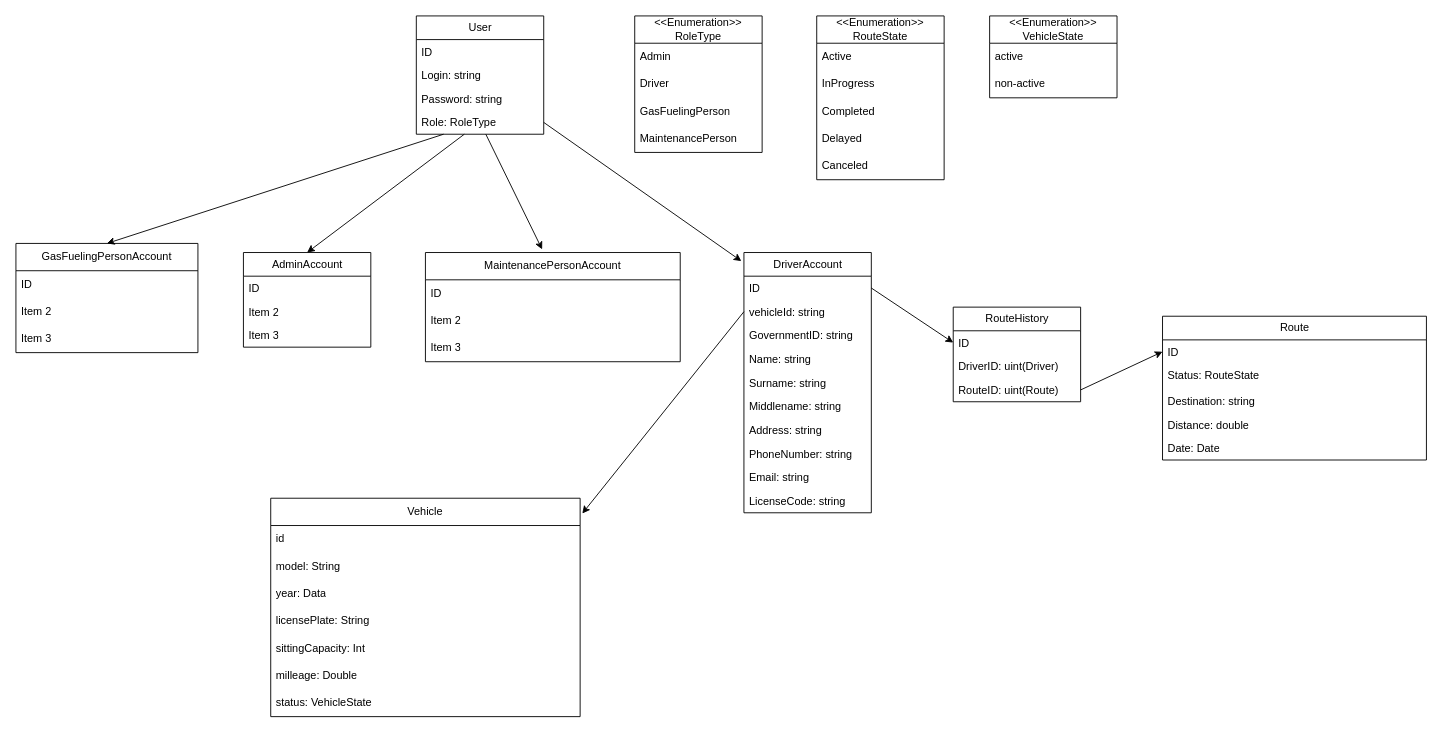
RamboXD/Vehicle-Management-System keeps this draw.io diagram as HelloWorldTeam.drawio. Above is the earlier version. Source tidied: cells renumbered, new cells numbered last; positions are measured from the earlier drawing's top-left corner, leaving out a move shared by most shapes. Both pictures are drawn from the tidied source at 91%, with x=0, y=0 at pixel (15, 15).
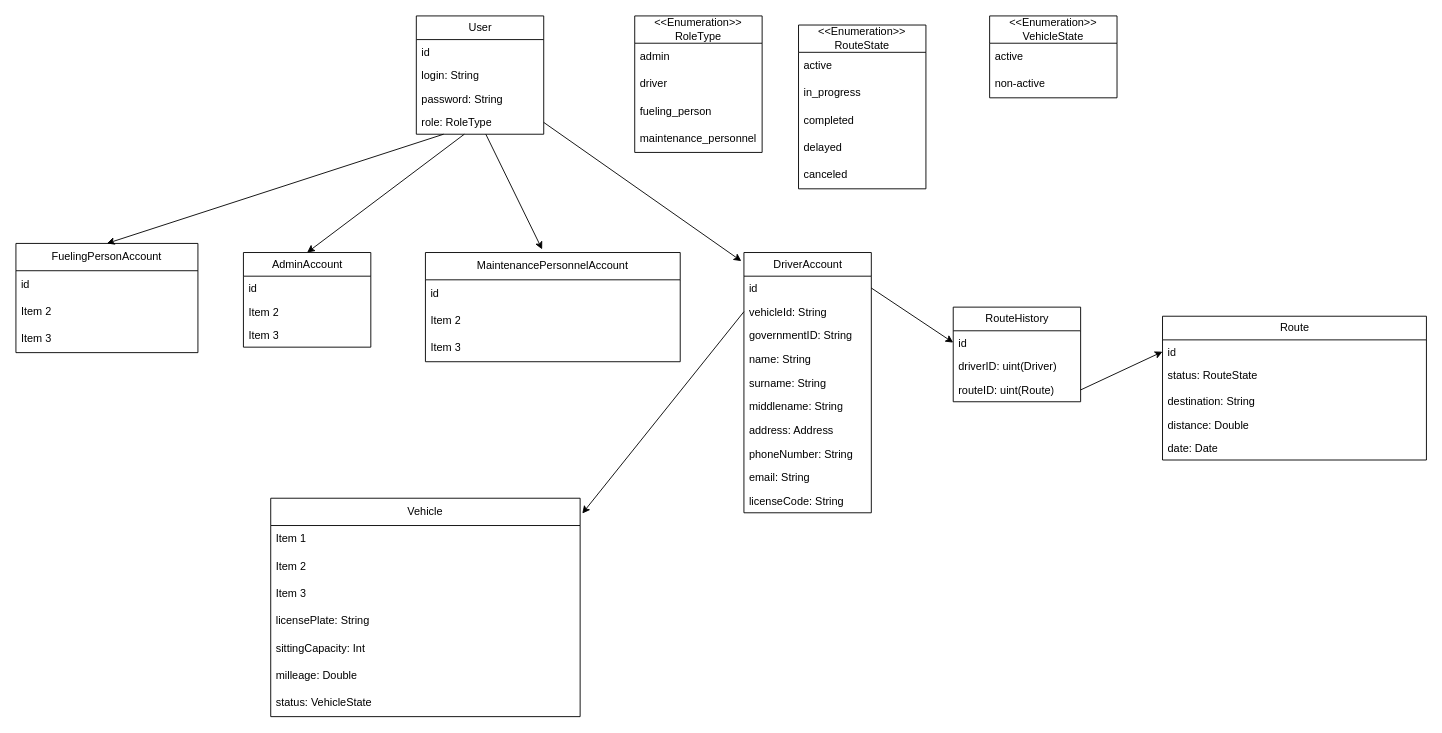
The same diagram, later.

Commit message:
Rename table fields to follow style conventions

Unchanged cells that the change refers to:
```xml
<mxCell id="2" value="Route" style="swimlane;fontStyle=0;horizontal=1;startSize=26;fillColor=none;html=1;" parent="1" vertex="1">
  <mxGeometry x="1260" y="330" width="290" height="158" as="geometry" />
</mxCell>
<mxCell id="8" value="RouteHistory" style="swimlane;fontStyle=0;horizontal=1;startSize=26;fillColor=none;html=1;" parent="1" vertex="1">
  <mxGeometry x="1030" y="320" width="140" height="104" as="geometry" />
</mxCell>
<mxCell id="12" value="DriverAccount" style="swimlane;fontStyle=0;horizontal=1;startSize=26;fillColor=none;html=1;" parent="1" vertex="1">
  <mxGeometry x="800" y="260" width="140" height="286" as="geometry" />
</mxCell>
<mxCell id="23" value="User" style="swimlane;fontStyle=0;horizontal=1;startSize=26;fillColor=none;html=1;" parent="1" vertex="1">
  <mxGeometry x="440" width="140" height="130" as="geometry" />
</mxCell>
<mxCell id="29" value="AdminAccount" style="swimlane;fontStyle=0;horizontal=1;startSize=26;fillColor=none;html=1;" parent="1" vertex="1">
  <mxGeometry x="250" y="260" width="140" height="104" as="geometry" />
</mxCell>
<mxCell id="34" value="&amp;lt;&amp;lt;Enumeration&amp;gt;&amp;gt;&lt;br&gt;RoleType" style="swimlane;fontStyle=0;horizontal=1;startSize=30;whiteSpace=wrap;html=1;" parent="1" vertex="1">
  <mxGeometry x="680" width="140" height="150" as="geometry" />
</mxCell>
<mxCell id="55" value="Vehicle" style="swimlane;fontStyle=0;horizontal=1;startSize=30;whiteSpace=wrap;html=1;" parent="1" vertex="1">
  <mxGeometry x="280" y="530" width="340" height="240" as="geometry" />
</mxCell>
```

The edit, as a diff of the source:
```diff
@@
-    <mxCell id="3" value="ID" style="text;strokeColor=none;fillColor=none;align=left;verticalAlign=top;spacingLeft=4;spacingRight=4;overflow=hidden;points=[[0,0.5],[1,0.5]];portConstraint=eastwest;whiteSpace=wrap;html=1;" parent="2" vertex="1">
+    <mxCell id="3" value="id" style="text;strokeColor=none;fillColor=none;align=left;verticalAlign=top;spacingLeft=4;spacingRight=4;overflow=hidden;points=[[0,0.5],[1,0.5]];portConstraint=eastwest;whiteSpace=wrap;html=1;" parent="2" vertex="1">
       <mxGeometry y="26" width="290" height="26" as="geometry" />
     </mxCell>
-    <mxCell id="4" value="Status: RouteState" style="text;strokeColor=none;fillColor=none;align=left;verticalAlign=top;spacingLeft=4;spacingRight=4;overflow=hidden;whiteSpace=wrap;html=1;" parent="2" vertex="1">
+    <mxCell id="4" value="status: RouteState" style="text;strokeColor=none;fillColor=none;align=left;verticalAlign=top;spacingLeft=4;spacingRight=4;overflow=hidden;whiteSpace=wrap;html=1;" parent="2" vertex="1">
       <mxGeometry y="52" width="290" height="28" as="geometry" />
     </mxCell>
-    <mxCell id="5" value="Destination: string" style="text;strokeColor=none;fillColor=none;align=left;verticalAlign=top;spacingLeft=4;spacingRight=4;overflow=hidden;whiteSpace=wrap;html=1;" parent="2" vertex="1">
+    <mxCell id="5" value="destination: String" style="text;strokeColor=none;fillColor=none;align=left;verticalAlign=top;spacingLeft=4;spacingRight=4;overflow=hidden;whiteSpace=wrap;html=1;" parent="2" vertex="1">
       <mxGeometry y="80" width="290" height="26" as="geometry" />
     </mxCell>
-    <mxCell id="6" value="Distance: double" style="text;strokeColor=none;fillColor=none;align=left;verticalAlign=top;spacingLeft=4;spacingRight=4;overflow=hidden;whiteSpace=wrap;html=1;" parent="2" vertex="1">
+    <mxCell id="6" value="distance: Double" style="text;strokeColor=none;fillColor=none;align=left;verticalAlign=top;spacingLeft=4;spacingRight=4;overflow=hidden;whiteSpace=wrap;html=1;" parent="2" vertex="1">
       <mxGeometry y="106" width="290" height="26" as="geometry" />
     </mxCell>
-    <mxCell id="7" value="Date: Date" style="text;strokeColor=none;fillColor=none;align=left;verticalAlign=top;spacingLeft=4;spacingRight=4;overflow=hidden;whiteSpace=wrap;html=1;" parent="2" vertex="1">
+    <mxCell id="7" value="date: Date" style="text;strokeColor=none;fillColor=none;align=left;verticalAlign=top;spacingLeft=4;spacingRight=4;overflow=hidden;whiteSpace=wrap;html=1;" parent="2" vertex="1">
       <mxGeometry y="132" width="290" height="26" as="geometry" />
     </mxCell>
@@
-    <mxCell id="9" value="ID" style="text;strokeColor=none;fillColor=none;align=left;verticalAlign=top;spacingLeft=4;spacingRight=4;overflow=hidden;points=[[0,0.5],[1,0.5]];portConstraint=eastwest;whiteSpace=wrap;html=1;" parent="8" vertex="1">
+    <mxCell id="9" value="id" style="text;strokeColor=none;fillColor=none;align=left;verticalAlign=top;spacingLeft=4;spacingRight=4;overflow=hidden;points=[[0,0.5],[1,0.5]];portConstraint=eastwest;whiteSpace=wrap;html=1;" parent="8" vertex="1">
       <mxGeometry y="26" width="140" height="26" as="geometry" />
     </mxCell>
-    <mxCell id="10" value="DriverID: uint(Driver)" style="text;strokeColor=none;fillColor=none;align=left;verticalAlign=top;spacingLeft=4;spacingRight=4;overflow=hidden;whiteSpace=wrap;html=1;" parent="8" vertex="1">
+    <mxCell id="10" value="driverID: uint(Driver)" style="text;strokeColor=none;fillColor=none;align=left;verticalAlign=top;spacingLeft=4;spacingRight=4;overflow=hidden;whiteSpace=wrap;html=1;" parent="8" vertex="1">
       <mxGeometry y="52" width="140" height="26" as="geometry" />
     </mxCell>
-    <mxCell id="11" value="RouteID: uint(Route)" style="text;strokeColor=none;fillColor=none;align=left;verticalAlign=top;spacingLeft=4;spacingRight=4;overflow=hidden;points=[[0,0.5],[1,0.5]];portConstraint=eastwest;whiteSpace=wrap;html=1;" parent="8" vertex="1">
+    <mxCell id="11" value="routeID: uint(Route)" style="text;strokeColor=none;fillColor=none;align=left;verticalAlign=top;spacingLeft=4;spacingRight=4;overflow=hidden;points=[[0,0.5],[1,0.5]];portConstraint=eastwest;whiteSpace=wrap;html=1;" parent="8" vertex="1">
       <mxGeometry y="78" width="140" height="26" as="geometry" />
     </mxCell>
@@
-    <mxCell id="13" value="ID" style="text;strokeColor=none;fillColor=none;align=left;verticalAlign=top;spacingLeft=4;spacingRight=4;overflow=hidden;points=[[0,0.5],[1,0.5]];portConstraint=eastwest;whiteSpace=wrap;html=1;" parent="12" vertex="1">
+    <mxCell id="13" value="id" style="text;strokeColor=none;fillColor=none;align=left;verticalAlign=top;spacingLeft=4;spacingRight=4;overflow=hidden;points=[[0,0.5],[1,0.5]];portConstraint=eastwest;whiteSpace=wrap;html=1;" parent="12" vertex="1">
       <mxGeometry y="26" width="140" height="26" as="geometry" />
     </mxCell>
-    <mxCell id="14" value="vehicleId: string" style="text;strokeColor=none;fillColor=none;align=left;verticalAlign=top;spacingLeft=4;spacingRight=4;overflow=hidden;points=[[0,0.5],[1,0.5]];portConstraint=eastwest;whiteSpace=wrap;html=1;" parent="12" vertex="1">
+    <mxCell id="14" value="vehicleId: String" style="text;strokeColor=none;fillColor=none;align=left;verticalAlign=top;spacingLeft=4;spacingRight=4;overflow=hidden;points=[[0,0.5],[1,0.5]];portConstraint=eastwest;whiteSpace=wrap;html=1;" parent="12" vertex="1">
       <mxGeometry y="52" width="140" height="26" as="geometry" />
     </mxCell>
-    <mxCell id="15" value="GovernmentID: string" style="text;strokeColor=none;fillColor=none;align=left;verticalAlign=top;spacingLeft=4;spacingRight=4;overflow=hidden;whiteSpace=wrap;html=1;" parent="12" vertex="1">
+    <mxCell id="15" value="governmentID: String" style="text;strokeColor=none;fillColor=none;align=left;verticalAlign=top;spacingLeft=4;spacingRight=4;overflow=hidden;whiteSpace=wrap;html=1;" parent="12" vertex="1">
       <mxGeometry y="78" width="140" height="26" as="geometry" />
     </mxCell>
-    <mxCell id="16" value="Name: string" style="text;strokeColor=none;fillColor=none;align=left;verticalAlign=top;spacingLeft=4;spacingRight=4;overflow=hidden;whiteSpace=wrap;html=1;" parent="12" vertex="1">
+    <mxCell id="16" value="name: String" style="text;strokeColor=none;fillColor=none;align=left;verticalAlign=top;spacingLeft=4;spacingRight=4;overflow=hidden;whiteSpace=wrap;html=1;" parent="12" vertex="1">
       <mxGeometry y="104" width="140" height="26" as="geometry" />
     </mxCell>
-    <mxCell id="17" value="Surname: string" style="text;strokeColor=none;fillColor=none;align=left;verticalAlign=top;spacingLeft=4;spacingRight=4;overflow=hidden;whiteSpace=wrap;html=1;" parent="12" vertex="1">
+    <mxCell id="17" value="surname: String" style="text;strokeColor=none;fillColor=none;align=left;verticalAlign=top;spacingLeft=4;spacingRight=4;overflow=hidden;whiteSpace=wrap;html=1;" parent="12" vertex="1">
       <mxGeometry y="130" width="140" height="26" as="geometry" />
     </mxCell>
-    <mxCell id="18" value="Middlename: string" style="text;strokeColor=none;fillColor=none;align=left;verticalAlign=top;spacingLeft=4;spacingRight=4;overflow=hidden;whiteSpace=wrap;html=1;" parent="12" vertex="1">
+    <mxCell id="18" value="middlename: String" style="text;strokeColor=none;fillColor=none;align=left;verticalAlign=top;spacingLeft=4;spacingRight=4;overflow=hidden;whiteSpace=wrap;html=1;" parent="12" vertex="1">
       <mxGeometry y="156" width="140" height="26" as="geometry" />
     </mxCell>
-    <mxCell id="19" value="Address: string" style="text;strokeColor=none;fillColor=none;align=left;verticalAlign=top;spacingLeft=4;spacingRight=4;overflow=hidden;whiteSpace=wrap;html=1;" parent="12" vertex="1">
+    <mxCell id="19" value="address: Address" style="text;strokeColor=none;fillColor=none;align=left;verticalAlign=top;spacingLeft=4;spacingRight=4;overflow=hidden;whiteSpace=wrap;html=1;" parent="12" vertex="1">
       <mxGeometry y="182" width="140" height="26" as="geometry" />
     </mxCell>
-    <mxCell id="20" value="PhoneNumber: string" style="text;strokeColor=none;fillColor=none;align=left;verticalAlign=top;spacingLeft=4;spacingRight=4;overflow=hidden;whiteSpace=wrap;html=1;" parent="12" vertex="1">
+    <mxCell id="20" value="phoneNumber: String" style="text;strokeColor=none;fillColor=none;align=left;verticalAlign=top;spacingLeft=4;spacingRight=4;overflow=hidden;whiteSpace=wrap;html=1;" parent="12" vertex="1">
       <mxGeometry y="208" width="140" height="26" as="geometry" />
     </mxCell>
-    <mxCell id="21" value="Email: string" style="text;strokeColor=none;fillColor=none;align=left;verticalAlign=top;spacingLeft=4;spacingRight=4;overflow=hidden;whiteSpace=wrap;html=1;" parent="12" vertex="1">
+    <mxCell id="21" value="email: String" style="text;strokeColor=none;fillColor=none;align=left;verticalAlign=top;spacingLeft=4;spacingRight=4;overflow=hidden;whiteSpace=wrap;html=1;" parent="12" vertex="1">
       <mxGeometry y="234" width="140" height="26" as="geometry" />
     </mxCell>
-    <mxCell id="22" value="LicenseCode: string" style="text;strokeColor=none;fillColor=none;align=left;verticalAlign=top;spacingLeft=4;spacingRight=4;overflow=hidden;whiteSpace=wrap;html=1;" parent="12" vertex="1">
+    <mxCell id="22" value="licenseCode: String" style="text;strokeColor=none;fillColor=none;align=left;verticalAlign=top;spacingLeft=4;spacingRight=4;overflow=hidden;whiteSpace=wrap;html=1;" parent="12" vertex="1">
       <mxGeometry y="260" width="140" height="26" as="geometry" />
     </mxCell>
@@
-    <mxCell id="24" value="ID" style="text;strokeColor=none;fillColor=none;align=left;verticalAlign=top;spacingLeft=4;spacingRight=4;overflow=hidden;whiteSpace=wrap;html=1;" parent="23" vertex="1">
+    <mxCell id="24" value="id" style="text;strokeColor=none;fillColor=none;align=left;verticalAlign=top;spacingLeft=4;spacingRight=4;overflow=hidden;whiteSpace=wrap;html=1;" parent="23" vertex="1">
       <mxGeometry y="26" width="140" height="26" as="geometry" />
     </mxCell>
-    <mxCell id="25" value="Login: string" style="text;strokeColor=none;fillColor=none;align=left;verticalAlign=top;spacingLeft=4;spacingRight=4;overflow=hidden;whiteSpace=wrap;html=1;" parent="23" vertex="1">
+    <mxCell id="25" value="login: String" style="text;strokeColor=none;fillColor=none;align=left;verticalAlign=top;spacingLeft=4;spacingRight=4;overflow=hidden;whiteSpace=wrap;html=1;" parent="23" vertex="1">
       <mxGeometry y="52" width="140" height="26" as="geometry" />
     </mxCell>
-    <mxCell id="26" value="Password: string" style="text;strokeColor=none;fillColor=none;align=left;verticalAlign=top;spacingLeft=4;spacingRight=4;overflow=hidden;whiteSpace=wrap;html=1;" parent="23" vertex="1">
+    <mxCell id="26" value="password: String" style="text;strokeColor=none;fillColor=none;align=left;verticalAlign=top;spacingLeft=4;spacingRight=4;overflow=hidden;whiteSpace=wrap;html=1;" parent="23" vertex="1">
       <mxGeometry y="78" width="140" height="26" as="geometry" />
     </mxCell>
-    <mxCell id="27" value="Role: RoleType" style="text;strokeColor=none;fillColor=none;align=left;verticalAlign=top;spacingLeft=4;spacingRight=4;overflow=hidden;points=[[0,0.5],[1,0.5]];portConstraint=eastwest;whiteSpace=wrap;html=1;" parent="23" vertex="1">
+    <mxCell id="27" value="role: RoleType" style="text;strokeColor=none;fillColor=none;align=left;verticalAlign=top;spacingLeft=4;spacingRight=4;overflow=hidden;points=[[0,0.5],[1,0.5]];portConstraint=eastwest;whiteSpace=wrap;html=1;" parent="23" vertex="1">
       <mxGeometry y="104" width="140" height="26" as="geometry" />
     </mxCell>
@@
-    <mxCell id="30" value="ID" style="text;strokeColor=none;fillColor=none;align=left;verticalAlign=top;spacingLeft=4;spacingRight=4;overflow=hidden;whiteSpace=wrap;html=1;" parent="29" vertex="1">
+    <mxCell id="30" value="id" style="text;strokeColor=none;fillColor=none;align=left;verticalAlign=top;spacingLeft=4;spacingRight=4;overflow=hidden;whiteSpace=wrap;html=1;" parent="29" vertex="1">
       <mxGeometry y="26" width="140" height="26" as="geometry" />
     </mxCell>
@@
-    <mxCell id="35" value="Admin" style="text;strokeColor=none;fillColor=none;align=left;verticalAlign=middle;spacingLeft=4;spacingRight=4;overflow=hidden;whiteSpace=wrap;html=1;" parent="34" vertex="1">
+    <mxCell id="35" value="admin" style="text;strokeColor=none;fillColor=none;align=left;verticalAlign=middle;spacingLeft=4;spacingRight=4;overflow=hidden;whiteSpace=wrap;html=1;" parent="34" vertex="1">
       <mxGeometry y="30" width="140" height="30" as="geometry" />
     </mxCell>
-    <mxCell id="36" value="Driver" style="text;strokeColor=none;fillColor=none;align=left;verticalAlign=middle;spacingLeft=4;spacingRight=4;overflow=hidden;whiteSpace=wrap;html=1;" parent="34" vertex="1">
+    <mxCell id="36" value="driver" style="text;strokeColor=none;fillColor=none;align=left;verticalAlign=middle;spacingLeft=4;spacingRight=4;overflow=hidden;whiteSpace=wrap;html=1;" parent="34" vertex="1">
       <mxGeometry y="60" width="140" height="30" as="geometry" />
     </mxCell>
-    <mxCell id="37" value="GasFuelingPerson" style="text;strokeColor=none;fillColor=none;align=left;verticalAlign=middle;spacingLeft=4;spacingRight=4;overflow=hidden;whiteSpace=wrap;html=1;" parent="34" vertex="1">
+    <mxCell id="37" value="fueling_person" style="text;strokeColor=none;fillColor=none;align=left;verticalAlign=middle;spacingLeft=4;spacingRight=4;overflow=hidden;whiteSpace=wrap;html=1;" parent="34" vertex="1">
       <mxGeometry y="90" width="140" height="30" as="geometry" />
     </mxCell>
-    <mxCell id="38" value="MaintenancePerson" style="text;strokeColor=none;fillColor=none;align=left;verticalAlign=middle;spacingLeft=4;spacingRight=4;overflow=hidden;whiteSpace=wrap;html=1;" parent="34" vertex="1">
+    <mxCell id="38" value="maintenance_personnel" style="text;strokeColor=none;fillColor=none;align=left;verticalAlign=middle;spacingLeft=4;spacingRight=4;overflow=hidden;whiteSpace=wrap;html=1;" parent="34" vertex="1">
       <mxGeometry y="120" width="140" height="30" as="geometry" />
     </mxCell>
     <mxCell id="39" value="&amp;lt;&amp;lt;Enumeration&amp;gt;&amp;gt;&lt;br&gt;RouteState" style="swimlane;fontStyle=0;horizontal=1;startSize=30;whiteSpace=wrap;html=1;" parent="1" vertex="1">
-      <mxGeometry x="880" width="140" height="180" as="geometry" />
+      <mxGeometry x="860" y="10" width="140" height="180" as="geometry" />
     </mxCell>
-    <mxCell id="40" value="Active" style="text;strokeColor=none;fillColor=none;align=left;verticalAlign=middle;spacingLeft=4;spacingRight=4;overflow=hidden;whiteSpace=wrap;html=1;" parent="39" vertex="1">
+    <mxCell id="40" value="active" style="text;strokeColor=none;fillColor=none;align=left;verticalAlign=middle;spacingLeft=4;spacingRight=4;overflow=hidden;whiteSpace=wrap;html=1;" parent="39" vertex="1">
       <mxGeometry y="30" width="140" height="30" as="geometry" />
     </mxCell>
-    <mxCell id="41" value="InProgress" style="text;strokeColor=none;fillColor=none;align=left;verticalAlign=middle;spacingLeft=4;spacingRight=4;overflow=hidden;whiteSpace=wrap;html=1;" parent="39" vertex="1">
+    <mxCell id="41" value="in_progress" style="text;strokeColor=none;fillColor=none;align=left;verticalAlign=middle;spacingLeft=4;spacingRight=4;overflow=hidden;whiteSpace=wrap;html=1;" parent="39" vertex="1">
       <mxGeometry y="60" width="140" height="30" as="geometry" />
     </mxCell>
-    <mxCell id="42" value="Completed" style="text;strokeColor=none;fillColor=none;align=left;verticalAlign=middle;spacingLeft=4;spacingRight=4;overflow=hidden;whiteSpace=wrap;html=1;" parent="39" vertex="1">
+    <mxCell id="42" value="completed" style="text;strokeColor=none;fillColor=none;align=left;verticalAlign=middle;spacingLeft=4;spacingRight=4;overflow=hidden;whiteSpace=wrap;html=1;" parent="39" vertex="1">
       <mxGeometry y="90" width="140" height="30" as="geometry" />
     </mxCell>
-    <mxCell id="43" value="Delayed" style="text;strokeColor=none;fillColor=none;align=left;verticalAlign=middle;spacingLeft=4;spacingRight=4;overflow=hidden;whiteSpace=wrap;html=1;" parent="39" vertex="1">
+    <mxCell id="43" value="delayed" style="text;strokeColor=none;fillColor=none;align=left;verticalAlign=middle;spacingLeft=4;spacingRight=4;overflow=hidden;whiteSpace=wrap;html=1;" parent="39" vertex="1">
       <mxGeometry y="120" width="140" height="30" as="geometry" />
     </mxCell>
-    <mxCell id="44" value="Canceled" style="text;strokeColor=none;fillColor=none;align=left;verticalAlign=middle;spacingLeft=4;spacingRight=4;overflow=hidden;whiteSpace=wrap;html=1;" parent="39" vertex="1">
+    <mxCell id="44" value="canceled" style="text;strokeColor=none;fillColor=none;align=left;verticalAlign=middle;spacingLeft=4;spacingRight=4;overflow=hidden;whiteSpace=wrap;html=1;" parent="39" vertex="1">
       <mxGeometry y="150" width="140" height="30" as="geometry" />
     </mxCell>
-    <mxCell id="45" value="GasFuelingPersonAccount" style="swimlane;fontStyle=0;horizontal=1;startSize=30;whiteSpace=wrap;html=1;" parent="1" vertex="1">
+    <mxCell id="45" value="FuelingPersonAccount" style="swimlane;fontStyle=0;horizontal=1;startSize=30;whiteSpace=wrap;html=1;" parent="1" vertex="1">
       <mxGeometry y="250" width="200" height="120" as="geometry" />
     </mxCell>
-    <mxCell id="46" value="ID" style="text;strokeColor=none;fillColor=none;align=left;verticalAlign=middle;spacingLeft=4;spacingRight=4;overflow=hidden;whiteSpace=wrap;html=1;" parent="45" vertex="1">
+    <mxCell id="46" value="id" style="text;strokeColor=none;fillColor=none;align=left;verticalAlign=middle;spacingLeft=4;spacingRight=4;overflow=hidden;whiteSpace=wrap;html=1;" parent="45" vertex="1">
       <mxGeometry y="30" width="200" height="30" as="geometry" />
     </mxCell>
@@
-    <mxCell id="49" value="MaintenancePersonAccount" style="swimlane;fontStyle=0;horizontal=1;startSize=30;whiteSpace=wrap;html=1;" parent="1" vertex="1">
+    <mxCell id="49" value="MaintenancePersonnelAccount" style="swimlane;fontStyle=0;horizontal=1;startSize=30;whiteSpace=wrap;html=1;" parent="1" vertex="1">
       <mxGeometry x="450" y="260" width="280" height="120" as="geometry" />
     </mxCell>
-    <mxCell id="50" value="ID" style="text;strokeColor=none;fillColor=none;align=left;verticalAlign=middle;spacingLeft=4;spacingRight=4;overflow=hidden;whiteSpace=wrap;html=1;" parent="49" vertex="1">
+    <mxCell id="50" value="id" style="text;strokeColor=none;fillColor=none;align=left;verticalAlign=middle;spacingLeft=4;spacingRight=4;overflow=hidden;whiteSpace=wrap;html=1;" parent="49" vertex="1">
       <mxGeometry y="30" width="280" height="30" as="geometry" />
     </mxCell>
@@
-    <mxCell id="56" value="id" style="text;strokeColor=none;fillColor=none;align=left;verticalAlign=middle;spacingLeft=4;spacingRight=4;overflow=hidden;whiteSpace=wrap;html=1;" parent="55" vertex="1">
+    <mxCell id="56" value="Item 1" style="text;strokeColor=none;fillColor=none;align=left;verticalAlign=middle;spacingLeft=4;spacingRight=4;overflow=hidden;whiteSpace=wrap;html=1;" parent="55" vertex="1">
       <mxGeometry y="30" width="340" height="30" as="geometry" />
     </mxCell>
-    <mxCell id="57" value="model: String" style="text;strokeColor=none;fillColor=none;align=left;verticalAlign=middle;spacingLeft=4;spacingRight=4;overflow=hidden;whiteSpace=wrap;html=1;" parent="55" vertex="1">
+    <mxCell id="57" value="Item 2" style="text;strokeColor=none;fillColor=none;align=left;verticalAlign=middle;spacingLeft=4;spacingRight=4;overflow=hidden;whiteSpace=wrap;html=1;" parent="55" vertex="1">
       <mxGeometry y="60" width="340" height="30" as="geometry" />
     </mxCell>
-    <mxCell id="58" value="year: Data" style="text;strokeColor=none;fillColor=none;align=left;verticalAlign=middle;spacingLeft=4;spacingRight=4;overflow=hidden;whiteSpace=wrap;html=1;" parent="55" vertex="1">
+    <mxCell id="58" value="Item 3" style="text;strokeColor=none;fillColor=none;align=left;verticalAlign=middle;spacingLeft=4;spacingRight=4;overflow=hidden;whiteSpace=wrap;html=1;" parent="55" vertex="1">
       <mxGeometry y="90" width="340" height="30" as="geometry" />
     </mxCell>
```
